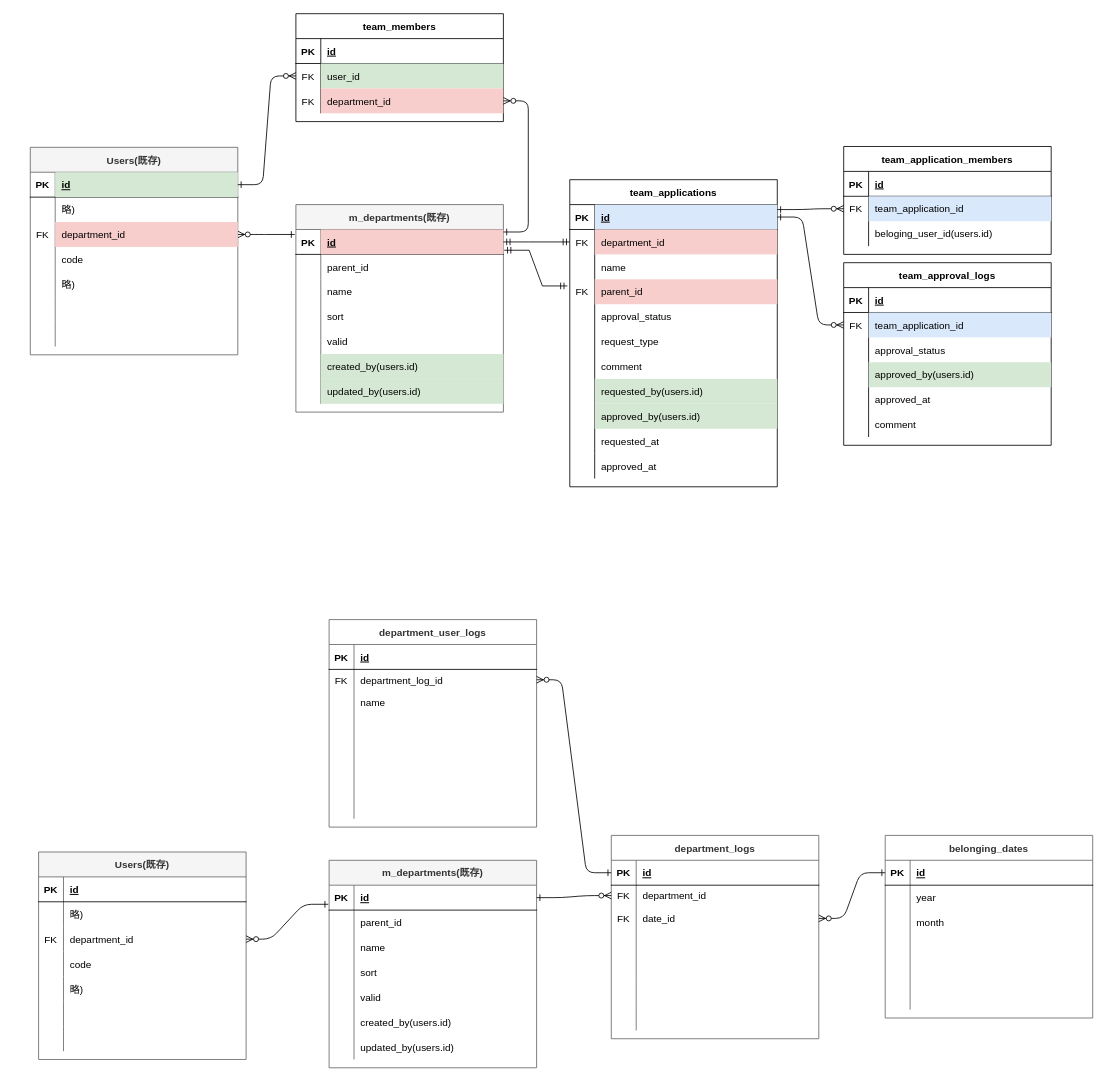
This is rose.drawio from satohirok/twitter_clone_ER, a draw.io file, before an edit. Source tidied: cells renumbered, new cells numbered last; positions are measured from the earlier drawing's top-left corner, leaving out a move shared by most shapes. Both pictures are drawn from the tidied source at 83%, with x=0, y=0 at pixel (30, -37).
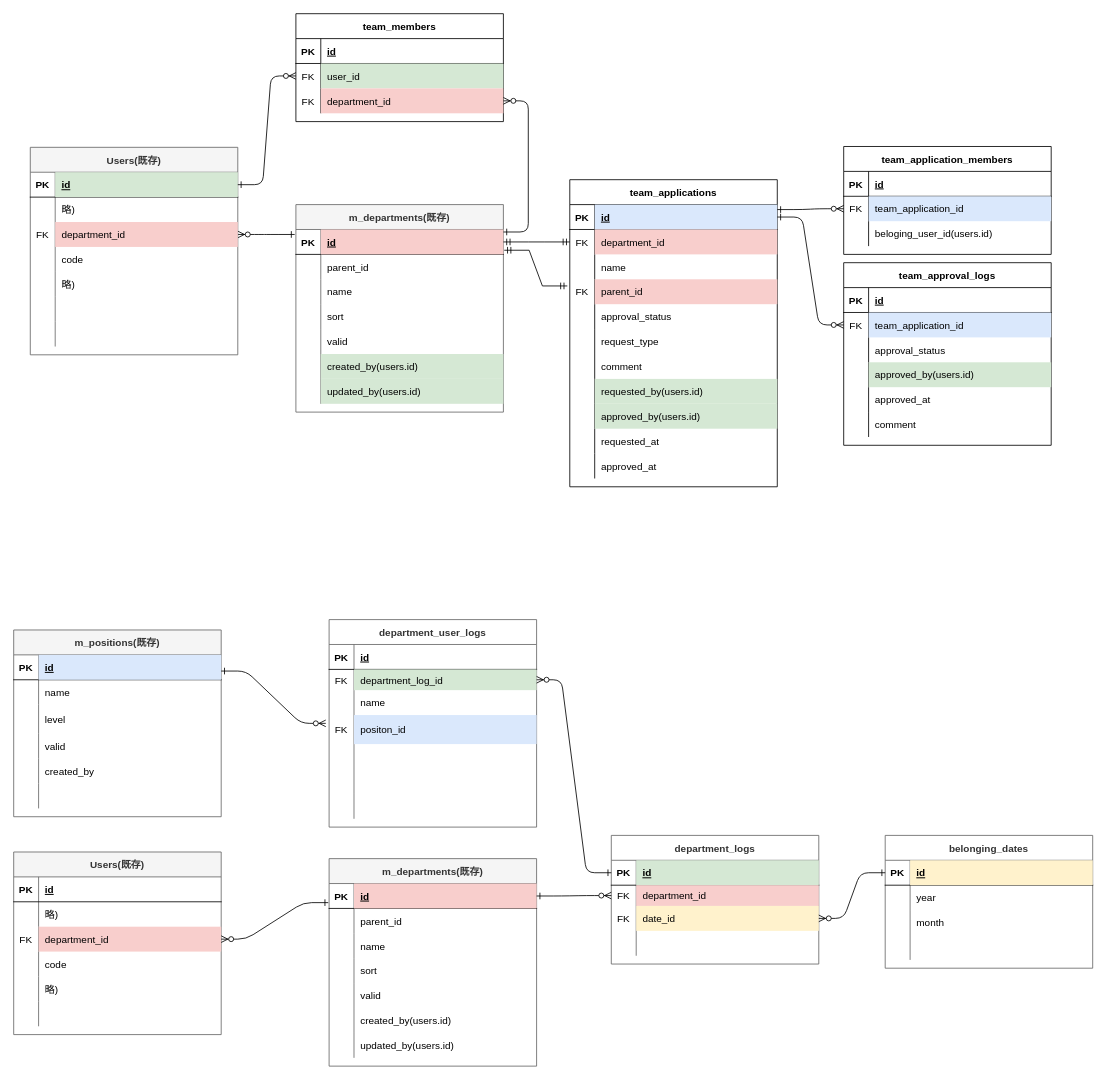
Above is the later version.

Commit message:
rose.drawio を更新します

Unchanged cells that the change refers to:
```xml
<mxCell id="127" style="shape=partialRectangle;fillColor=none;points=[[0,0.5],[1,0.5]];portConstraint=eastwest;top=0;left=0;right=0;bottom=1;" parent="126" vertex="1">
  <mxGeometry y="30" width="250" height="30" as="geometry" />
</mxCell>
<mxCell id="130" style="shape=partialRectangle;fillColor=none;points=[[0,0.5],[1,0.5]];portConstraint=eastwest;top=0;left=0;right=0;bottom=0;" parent="126" vertex="1">
  <mxGeometry y="60" width="250" height="25" as="geometry" />
</mxCell>
<mxCell id="133" style="shape=partialRectangle;fillColor=none;points=[[0,0.5],[1,0.5]];portConstraint=eastwest;top=0;left=0;right=0;bottom=0;" parent="126" vertex="1">
  <mxGeometry y="85" width="250" height="30" as="geometry" />
</mxCell>
<mxCell id="149" style="shape=partialRectangle;fillColor=none;points=[[0,0.5],[1,0.5]];portConstraint=eastwest;top=0;left=0;right=0;bottom=1;" parent="148" vertex="1">
  <mxGeometry y="30" width="250" height="30" as="geometry" />
</mxCell>
<mxCell id="171" style="shape=partialRectangle;fillColor=none;points=[[0,0.5],[1,0.5]];portConstraint=eastwest;top=0;left=0;right=0;bottom=0;" parent="167" vertex="1">
  <mxGeometry y="60" width="250" height="25" as="geometry" />
</mxCell>
<mxCell id="177" style="shape=partialRectangle;fillColor=none;points=[[0,0.5],[1,0.5]];portConstraint=eastwest;top=0;left=0;right=0;bottom=0;" parent="167" vertex="1">
  <mxGeometry y="115" width="250" height="35" as="geometry" />
</mxCell>
<mxCell id="190" style="shape=partialRectangle;fillColor=none;points=[[0,0.5],[1,0.5]];portConstraint=eastwest;top=0;left=0;right=0;bottom=1;" parent="189" vertex="1">
  <mxGeometry y="30" width="250" height="30" as="geometry" />
</mxCell>
<mxCell id="218" style="shape=partialRectangle;fillColor=none;points=[[0,0.5],[1,0.5]];portConstraint=eastwest;top=0;left=0;right=0;bottom=0;" parent="211" vertex="1">
  <mxGeometry y="90" width="250" height="30" as="geometry" />
</mxCell>
```

The edit, as a diff of the source:
```diff
@@
     <mxCell id="126" value="department_logs" style="shape=table;startSize=30;childLayout=tableLayout;rowLines=0;fontStyle=1;align=center;fillColor=none;fontColor=#333333;strokeColor=#666666;" parent="1" vertex="1">
-      <mxGeometry x="700" y="1050" width="250" height="245" as="geometry" />
+      <mxGeometry x="700" y="1050" width="250" height="155" as="geometry" />
     </mxCell>
@@
-    <mxCell id="129" value="id" style="shape=partialRectangle;overflow=hidden;fillColor=none;top=0;left=0;bottom=0;right=0;align=left;spacingLeft=6;fontStyle=5;strokeColor=#b85450;" parent="127" vertex="1">
+    <mxCell id="129" value="id" style="shape=partialRectangle;overflow=hidden;fillColor=#d5e8d4;top=0;left=0;bottom=0;right=0;align=left;spacingLeft=6;fontStyle=5;strokeColor=#82b366;" parent="127" vertex="1">
       <mxGeometry x="30" width="220" height="30" as="geometry" />
     </mxCell>
@@
-    <mxCell id="132" value="department_id" style="shape=partialRectangle;overflow=hidden;fillColor=none;top=0;left=0;bottom=0;right=0;align=left;spacingLeft=6;" parent="130" vertex="1">
+    <mxCell id="132" value="department_id" style="shape=partialRectangle;overflow=hidden;fillColor=#f8cecc;top=0;left=0;bottom=0;right=0;align=left;spacingLeft=6;strokeColor=#b85450;" parent="130" vertex="1">
       <mxGeometry x="30" width="220" height="25" as="geometry" />
     </mxCell>
@@
-    <mxCell id="135" value="date_id" style="shape=partialRectangle;overflow=hidden;fillColor=none;top=0;left=0;bottom=0;right=0;align=left;spacingLeft=6;" parent="133" vertex="1">
+    <mxCell id="135" value="date_id" style="shape=partialRectangle;overflow=hidden;fillColor=#fff2cc;top=0;left=0;bottom=0;right=0;align=left;spacingLeft=6;strokeColor=#d6b656;" parent="133" vertex="1">
       <mxGeometry x="30" width="220" height="30" as="geometry" />
     </mxCell>
@@
-    <mxCell id="139" style="shape=partialRectangle;fillColor=none;top=0;left=0;right=0;bottom=0;" parent="126" vertex="1">
-      <mxGeometry y="145" width="250" height="30" as="geometry" />
-    </mxCell>
-    <mxCell id="140" style="shape=partialRectangle;overflow=hidden;fillColor=none;top=0;left=0;bottom=0;right=0;" parent="139" vertex="1">
-      <mxGeometry width="30" height="30" as="geometry" />
-    </mxCell>
-    <mxCell id="141" style="shape=partialRectangle;overflow=hidden;fillColor=none;top=0;left=0;bottom=0;right=0;align=left;spacingLeft=6;" parent="139" vertex="1">
-      <mxGeometry x="30" width="220" height="30" as="geometry" />
-    </mxCell>
-    <mxCell id="142" style="shape=partialRectangle;fillColor=none;top=0;left=0;right=0;bottom=0;" parent="126" vertex="1">
-      <mxGeometry y="175" width="250" height="30" as="geometry" />
-    </mxCell>
-    <mxCell id="143" style="shape=partialRectangle;overflow=hidden;fillColor=none;top=0;left=0;bottom=0;right=0;" parent="142" vertex="1">
-      <mxGeometry width="30" height="30" as="geometry" />
-    </mxCell>
-    <mxCell id="144" style="shape=partialRectangle;overflow=hidden;fillColor=none;top=0;left=0;bottom=0;right=0;align=left;spacingLeft=6;strokeColor=#82b366;" parent="142" vertex="1">
-      <mxGeometry x="30" width="220" height="30" as="geometry" />
-    </mxCell>
-    <mxCell id="145" style="shape=partialRectangle;fillColor=none;top=0;left=0;right=0;bottom=0;" parent="126" vertex="1">
-      <mxGeometry y="205" width="250" height="30" as="geometry" />
-    </mxCell>
-    <mxCell id="146" style="shape=partialRectangle;overflow=hidden;fillColor=none;top=0;left=0;bottom=0;right=0;" parent="145" vertex="1">
-      <mxGeometry width="30" height="30" as="geometry" />
-    </mxCell>
-    <mxCell id="147" style="shape=partialRectangle;overflow=hidden;fillColor=none;top=0;left=0;bottom=0;right=0;align=left;spacingLeft=6;strokeColor=#82b366;" parent="145" vertex="1">
-      <mxGeometry x="30" width="220" height="30" as="geometry" />
-    </mxCell>
     <mxCell id="148" value="belonging_dates" style="shape=table;startSize=30;childLayout=tableLayout;rowLines=0;fontStyle=1;align=center;fillColor=none;fontColor=#333333;strokeColor=#666666;" parent="1" vertex="1">
-      <mxGeometry x="1030" y="1050" width="250" height="220" as="geometry" />
+      <mxGeometry x="1030" y="1050" width="250" height="160" as="geometry" />
     </mxCell>
@@
-    <mxCell id="151" value="id" style="shape=partialRectangle;overflow=hidden;fillColor=none;top=0;left=0;bottom=0;right=0;align=left;spacingLeft=6;fontStyle=5;strokeColor=#b85450;" parent="149" vertex="1">
+    <mxCell id="151" value="id" style="shape=partialRectangle;overflow=hidden;fillColor=#fff2cc;top=0;left=0;bottom=0;right=0;align=left;spacingLeft=6;fontStyle=5;strokeColor=#d6b656;" parent="149" vertex="1">
       <mxGeometry x="30" width="220" height="30" as="geometry" />
     </mxCell>
@@
-    <mxCell id="161" style="shape=partialRectangle;fillColor=none;top=0;left=0;right=0;bottom=0;" parent="148" vertex="1">
-      <mxGeometry y="150" width="250" height="30" as="geometry" />
-    </mxCell>
-    <mxCell id="162" style="shape=partialRectangle;overflow=hidden;fillColor=none;top=0;left=0;bottom=0;right=0;" parent="161" vertex="1">
-      <mxGeometry width="30" height="30" as="geometry" />
-    </mxCell>
-    <mxCell id="163" style="shape=partialRectangle;overflow=hidden;fillColor=none;top=0;left=0;bottom=0;right=0;align=left;spacingLeft=6;strokeColor=#82b366;" parent="161" vertex="1">
-      <mxGeometry x="30" width="220" height="30" as="geometry" />
-    </mxCell>
-    <mxCell id="164" style="shape=partialRectangle;fillColor=none;top=0;left=0;right=0;bottom=0;" parent="148" vertex="1">
-      <mxGeometry y="180" width="250" height="30" as="geometry" />
-    </mxCell>
-    <mxCell id="165" style="shape=partialRectangle;overflow=hidden;fillColor=none;top=0;left=0;bottom=0;right=0;" parent="164" vertex="1">
-      <mxGeometry width="30" height="30" as="geometry" />
-    </mxCell>
-    <mxCell id="166" style="shape=partialRectangle;overflow=hidden;fillColor=none;top=0;left=0;bottom=0;right=0;align=left;spacingLeft=6;strokeColor=#82b366;" parent="164" vertex="1">
-      <mxGeometry x="30" width="220" height="30" as="geometry" />
-    </mxCell>
@@
-    <mxCell id="173" value="department_log_id" style="shape=partialRectangle;overflow=hidden;fillColor=none;top=0;left=0;bottom=0;right=0;align=left;spacingLeft=6;" parent="171" vertex="1">
+    <mxCell id="173" value="department_log_id" style="shape=partialRectangle;overflow=hidden;fillColor=#d5e8d4;top=0;left=0;bottom=0;right=0;align=left;spacingLeft=6;strokeColor=#82b366;" parent="171" vertex="1">
       <mxGeometry x="30" width="220" height="25" as="geometry" />
     </mxCell>
@@
-    <mxCell id="178" style="shape=partialRectangle;overflow=hidden;fillColor=none;top=0;left=0;bottom=0;right=0;" parent="177" vertex="1">
+    <mxCell id="178" value="FK" style="shape=partialRectangle;overflow=hidden;fillColor=none;top=0;left=0;bottom=0;right=0;" parent="177" vertex="1">
       <mxGeometry width="30" height="35" as="geometry" />
     </mxCell>
-    <mxCell id="179" style="shape=partialRectangle;overflow=hidden;fillColor=none;top=0;left=0;bottom=0;right=0;align=left;spacingLeft=6;" parent="177" vertex="1">
+    <mxCell id="179" value="positon_id" style="shape=partialRectangle;overflow=hidden;fillColor=#dae8fc;top=0;left=0;bottom=0;right=0;align=left;spacingLeft=6;strokeColor=#6c8ebf;" parent="177" vertex="1">
       <mxGeometry x="30" width="220" height="35" as="geometry" />
     </mxCell>
@@
     <mxCell id="189" value="m_departments(既存)" style="shape=table;startSize=30;childLayout=tableLayout;rowLines=0;fontStyle=1;align=center;fillColor=#f5f5f5;fontColor=#333333;strokeColor=#666666;" parent="1" vertex="1">
-      <mxGeometry x="360" y="1080" width="250" height="250" as="geometry" />
+      <mxGeometry x="360" y="1078" width="250" height="250" as="geometry" />
     </mxCell>
@@
-    <mxCell id="192" value="id" style="shape=partialRectangle;overflow=hidden;fillColor=none;top=0;left=0;bottom=0;right=0;align=left;spacingLeft=6;fontStyle=5;strokeColor=#b85450;" parent="190" vertex="1">
+    <mxCell id="192" value="id" style="shape=partialRectangle;overflow=hidden;fillColor=#f8cecc;top=0;left=0;bottom=0;right=0;align=left;spacingLeft=6;fontStyle=5;strokeColor=#b85450;" parent="190" vertex="1">
       <mxGeometry x="30" width="220" height="30" as="geometry" />
     </mxCell>
@@
     <mxCell id="211" value="Users(既存)" style="shape=table;startSize=30;childLayout=tableLayout;rowLines=0;fontStyle=1;align=center;fillColor=#f5f5f5;fontColor=#333333;strokeColor=#666666;" parent="1" vertex="1">
-      <mxGeometry x="10" y="1070" width="250" height="250" as="geometry" />
+      <mxGeometry x="-20" y="1070" width="250" height="220" as="geometry" />
     </mxCell>
@@
-    <mxCell id="220" value="department_id" style="shape=partialRectangle;overflow=hidden;fillColor=none;top=0;left=0;bottom=0;right=0;align=left;spacingLeft=6;strokeColor=#b85450;" parent="218" vertex="1">
+    <mxCell id="220" value="department_id" style="shape=partialRectangle;overflow=hidden;fillColor=#f8cecc;top=0;left=0;bottom=0;right=0;align=left;spacingLeft=6;strokeColor=#b85450;" parent="218" vertex="1">
       <mxGeometry x="30" width="220" height="30" as="geometry" />
     </mxCell>
@@
-    <mxCell id="230" style="shape=partialRectangle;fillColor=none;top=0;left=0;right=0;bottom=0;" parent="211" vertex="1">
-      <mxGeometry y="210" width="250" height="30" as="geometry" />
-    </mxCell>
-    <mxCell id="231" style="shape=partialRectangle;overflow=hidden;fillColor=none;top=0;left=0;bottom=0;right=0;" parent="230" vertex="1">
-      <mxGeometry width="30" height="30" as="geometry" />
-    </mxCell>
-    <mxCell id="232" style="shape=partialRectangle;overflow=hidden;fillColor=none;top=0;left=0;bottom=0;right=0;align=left;spacingLeft=6;" parent="230" vertex="1">
-      <mxGeometry x="30" width="220" height="30" as="geometry" />
-    </mxCell>
@@
+    <mxCell id="237" value="m_positions(既存)" style="shape=table;startSize=30;childLayout=tableLayout;rowLines=0;fontStyle=1;align=center;fillColor=#f5f5f5;fontColor=#333333;strokeColor=#666666;" parent="1" vertex="1">
+      <mxGeometry x="-20" y="802.5" width="250" height="225" as="geometry" />
+    </mxCell>
+    <mxCell id="238" style="shape=partialRectangle;fillColor=none;top=0;left=0;right=0;bottom=1;" parent="237" vertex="1">
+      <mxGeometry y="30" width="250" height="30" as="geometry" />
+    </mxCell>
+    <mxCell id="239" value="PK" style="shape=partialRectangle;overflow=hidden;fillColor=none;top=0;left=0;bottom=0;right=0;fontStyle=1;" parent="238" vertex="1">
+      <mxGeometry width="30" height="30" as="geometry" />
+    </mxCell>
+    <mxCell id="240" value="id" style="shape=partialRectangle;overflow=hidden;fillColor=#dae8fc;top=0;left=0;bottom=0;right=0;align=left;spacingLeft=6;fontStyle=5;strokeColor=#6c8ebf;" parent="238" vertex="1">
+      <mxGeometry x="30" width="220" height="30" as="geometry" />
+    </mxCell>
+    <mxCell id="241" style="shape=partialRectangle;fillColor=none;top=0;left=0;right=0;bottom=0;" parent="237" vertex="1">
+      <mxGeometry y="60" width="250" height="30" as="geometry" />
+    </mxCell>
+    <mxCell id="242" style="shape=partialRectangle;overflow=hidden;fillColor=none;top=0;left=0;bottom=0;right=0;" parent="241" vertex="1">
+      <mxGeometry width="30" height="30" as="geometry" />
+    </mxCell>
+    <mxCell id="243" value="name" style="shape=partialRectangle;overflow=hidden;fillColor=none;top=0;left=0;bottom=0;right=0;align=left;spacingLeft=6;" parent="241" vertex="1">
+      <mxGeometry x="30" width="220" height="30" as="geometry" />
+    </mxCell>
+    <mxCell id="244" style="shape=partialRectangle;fillColor=none;top=0;left=0;right=0;bottom=0;" parent="237" vertex="1">
+      <mxGeometry y="90" width="250" height="35" as="geometry" />
+    </mxCell>
+    <mxCell id="245" style="shape=partialRectangle;overflow=hidden;fillColor=none;top=0;left=0;bottom=0;right=0;" parent="244" vertex="1">
+      <mxGeometry width="30" height="35" as="geometry" />
+    </mxCell>
+    <mxCell id="246" value="level" style="shape=partialRectangle;overflow=hidden;fillColor=none;top=0;left=0;bottom=0;right=0;align=left;spacingLeft=6;" parent="244" vertex="1">
+      <mxGeometry x="30" width="220" height="35" as="geometry" />
+    </mxCell>
+    <mxCell id="247" style="shape=partialRectangle;fillColor=none;top=0;left=0;right=0;bottom=0;" parent="237" vertex="1">
+      <mxGeometry y="125" width="250" height="30" as="geometry" />
+    </mxCell>
+    <mxCell id="248" style="shape=partialRectangle;overflow=hidden;fillColor=none;top=0;left=0;bottom=0;right=0;" parent="247" vertex="1">
+      <mxGeometry width="30" height="30" as="geometry" />
+    </mxCell>
+    <mxCell id="249" value="valid" style="shape=partialRectangle;overflow=hidden;fillColor=none;top=0;left=0;bottom=0;right=0;align=left;spacingLeft=6;" parent="247" vertex="1">
+      <mxGeometry x="30" width="220" height="30" as="geometry" />
+    </mxCell>
+    <mxCell id="250" style="shape=partialRectangle;fillColor=none;top=0;left=0;right=0;bottom=0;" parent="237" vertex="1">
+      <mxGeometry y="155" width="250" height="30" as="geometry" />
+    </mxCell>
+    <mxCell id="251" style="shape=partialRectangle;overflow=hidden;fillColor=none;top=0;left=0;bottom=0;right=0;" parent="250" vertex="1">
+      <mxGeometry width="30" height="30" as="geometry" />
+    </mxCell>
+    <mxCell id="252" value="created_by" style="shape=partialRectangle;overflow=hidden;fillColor=none;top=0;left=0;bottom=0;right=0;align=left;spacingLeft=6;strokeColor=#82b366;" parent="250" vertex="1">
+      <mxGeometry x="30" width="220" height="30" as="geometry" />
+    </mxCell>
+    <mxCell id="253" style="shape=partialRectangle;fillColor=none;top=0;left=0;right=0;bottom=0;" parent="237" vertex="1">
+      <mxGeometry y="185" width="250" height="30" as="geometry" />
+    </mxCell>
+    <mxCell id="254" style="shape=partialRectangle;overflow=hidden;fillColor=none;top=0;left=0;bottom=0;right=0;" parent="253" vertex="1">
+      <mxGeometry width="30" height="30" as="geometry" />
+    </mxCell>
+    <mxCell id="255" style="shape=partialRectangle;overflow=hidden;fillColor=none;top=0;left=0;bottom=0;right=0;align=left;spacingLeft=6;strokeColor=#82b366;" parent="253" vertex="1">
+      <mxGeometry x="30" width="220" height="30" as="geometry" />
+    </mxCell>
+    <mxCell id="256" style="edgeStyle=entityRelationEdgeStyle;endArrow=ERzeroToMany;startArrow=ERone;endFill=1;startFill=0;entryX=-0.016;entryY=0.286;entryDx=0;entryDy=0;exitX=1;exitY=0.5;exitDx=0;exitDy=0;entryPerimeter=0;" parent="1" edge="1" target="177">
+      <mxGeometry relative="1" as="geometry">
+        <mxPoint x="230" y="852" as="sourcePoint" />
+        <Array as="points">
+          <mxPoint x="270" y="397" />
+        </Array>
+      </mxGeometry>
+    </mxCell>
```
